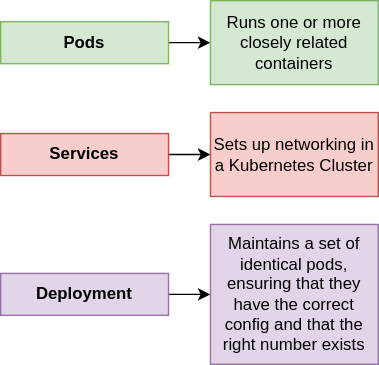
kn0rr/documentation keeps this draw.io diagram as img/Pods_vs_Services.svg. Above is the earlier version. Source tidied: cells renumbered, new cells last; positions are measured from the earlier drawing's top-left corner, leaving out a move shared by most shapes. Its diagram source:
```xml
<mxGraphModel>
  <root>
    <mxCell id="0" />
    <mxCell id="1" parent="0" />
    <mxCell id="2" style="edgeStyle=orthogonalEdgeStyle;rounded=0;jettySize=auto;html=1;" parent="1" edge="1" source="3" target="4">
      <mxGeometry relative="1" as="geometry" />
    </mxCell>
    <mxCell id="3" value="Pods" style="rounded=0;whiteSpace=wrap;html=1;fontStyle=1;fillColor=#d5e8d4;strokeColor=#82b366;" parent="1" vertex="1">
      <mxGeometry y="15" width="120" height="30" as="geometry" />
    </mxCell>
    <mxCell id="4" value="Runs one or more closely related containers" style="rounded=0;whiteSpace=wrap;html=1;fillColor=#d5e8d4;strokeColor=#82b366;" parent="1" vertex="1">
      <mxGeometry x="150" width="120" height="60" as="geometry" />
    </mxCell>
    <mxCell id="5" style="edgeStyle=orthogonalEdgeStyle;rounded=0;jettySize=auto;html=1;" parent="1" edge="1" source="6" target="7">
      <mxGeometry relative="1" as="geometry" />
    </mxCell>
    <mxCell id="6" value="Services" style="rounded=0;whiteSpace=wrap;html=1;fontStyle=1;fillColor=#f8cecc;strokeColor=#b85450;" parent="1" vertex="1">
      <mxGeometry y="95" width="120" height="30" as="geometry" />
    </mxCell>
    <mxCell id="7" value="Sets up networking in a Kubernetes Cluster" style="rounded=0;whiteSpace=wrap;html=1;fillColor=#f8cecc;strokeColor=#b85450;" parent="1" vertex="1">
      <mxGeometry x="150" y="80" width="120" height="60" as="geometry" />
    </mxCell>
    <mxCell id="8" style="edgeStyle=orthogonalEdgeStyle;rounded=0;jettySize=auto;html=1;" parent="1" edge="1" source="9" target="10">
      <mxGeometry relative="1" as="geometry" />
    </mxCell>
    <mxCell id="9" value="Deployment" style="rounded=0;whiteSpace=wrap;html=1;fontStyle=1;fillColor=#e1d5e7;strokeColor=#9673a6;" parent="1" vertex="1">
      <mxGeometry y="195" width="120" height="30" as="geometry" />
    </mxCell>
    <mxCell id="10" value="Maintains a set of identical pods, ensuring that they have the correct config and that the right number exists" style="rounded=0;whiteSpace=wrap;html=1;fillColor=#e1d5e7;strokeColor=#9673a6;" parent="1" vertex="1">
      <mxGeometry x="150" y="160" width="120" height="100" as="geometry" />
    </mxCell>
  </root>
</mxGraphModel>
```
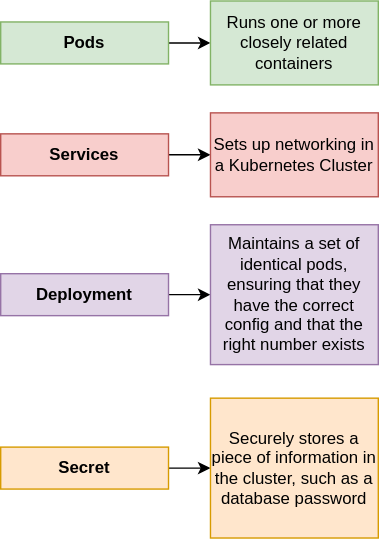
Above is the later version.

What changed in the source:
```diff
@@ -29,5 +29,14 @@
     <mxCell id="10" value="Maintains a set of identical pods, ensuring that they have the correct config and that the right number exists" style="rounded=0;whiteSpace=wrap;html=1;fillColor=#e1d5e7;strokeColor=#9673a6;" parent="1" vertex="1">
       <mxGeometry x="150" y="160" width="120" height="100" as="geometry" />
     </mxCell>
+    <mxCell id="11" style="edgeStyle=orthogonalEdgeStyle;rounded=0;jettySize=auto;html=1;" parent="1" edge="1" source="12" target="13">
+      <mxGeometry relative="1" as="geometry" />
+    </mxCell>
+    <mxCell id="12" value="Secret" style="rounded=0;whiteSpace=wrap;html=1;fontStyle=1;fillColor=#ffe6cc;strokeColor=#d79b00;" parent="1" vertex="1">
+      <mxGeometry y="319" width="120" height="30" as="geometry" />
+    </mxCell>
+    <mxCell id="13" value="Securely stores a piece of information in the cluster, such as a database password" style="rounded=0;whiteSpace=wrap;html=1;fillColor=#ffe6cc;strokeColor=#d79b00;" parent="1" vertex="1">
+      <mxGeometry x="150" y="284" width="120" height="100" as="geometry" />
+    </mxCell>
   </root>
 </mxGraphModel>
```
